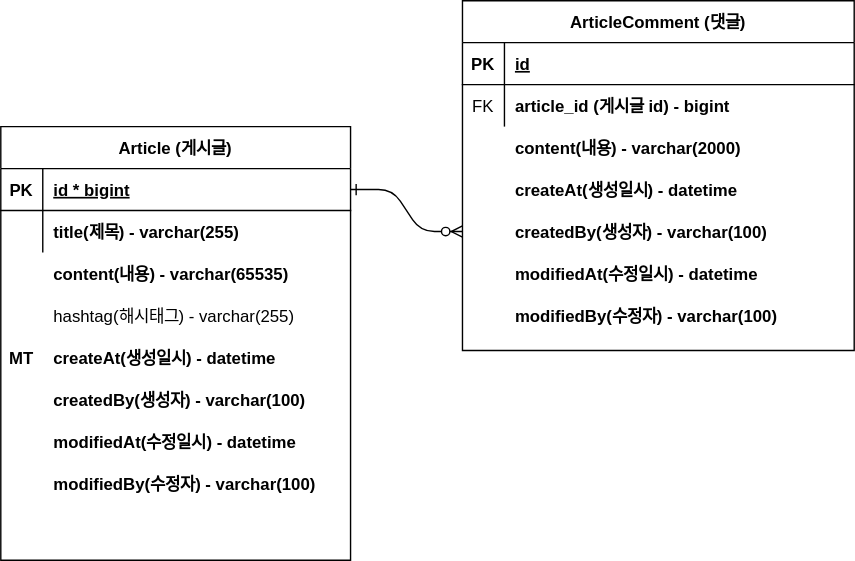
This is document/project-diamode.svg from decemberiscoming/onboard, a draw.io export, as it was before one commit. Source tidied: cells renumbered, new cells last; positions are measured from the earlier drawing's top-left corner, leaving out a move shared by most shapes.
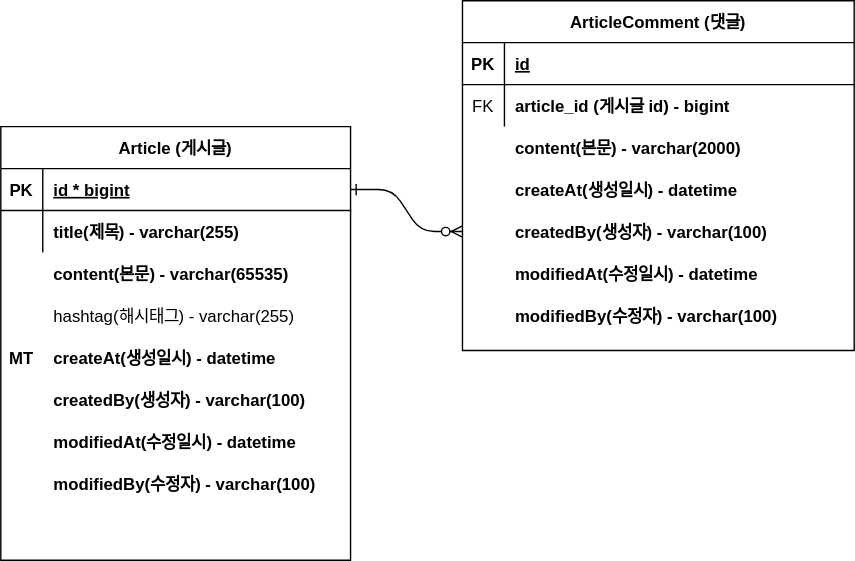
Later version of the same file.

Commit message:
#8 - ERD 주석 업데이트 - project-diamode.svg

Change to the diagram source:
```diff
@@ -34,7 +34,7 @@
     <mxCell id="11" style="shape=partialRectangle;overflow=hidden;fillColor=none;top=0;left=0;bottom=0;right=0;" parent="10" vertex="1">
       <mxGeometry width="30" height="30" as="geometry" />
     </mxCell>
-    <mxCell id="12" value="content(내용) - varchar(65535)" style="shape=partialRectangle;overflow=hidden;fillColor=none;top=0;left=0;bottom=0;right=0;align=left;spacingLeft=6;fontStyle=1;" parent="10" vertex="1">
+    <mxCell id="12" value="content(본문) - varchar(65535)" style="shape=partialRectangle;overflow=hidden;fillColor=none;top=0;left=0;bottom=0;right=0;align=left;spacingLeft=6;fontStyle=1;" parent="10" vertex="1">
       <mxGeometry x="30" width="220" height="30" as="geometry" />
     </mxCell>
     <mxCell id="13" style="shape=partialRectangle;fillColor=none;top=0;left=0;right=0;bottom=0;" parent="1" vertex="1">
@@ -112,7 +112,7 @@
     <mxCell id="37" style="shape=partialRectangle;overflow=hidden;fillColor=none;top=0;left=0;bottom=0;right=0;" parent="36" vertex="1">
       <mxGeometry width="30" height="30" as="geometry" />
     </mxCell>
-    <mxCell id="38" value="content(내용) - varchar(2000)" style="shape=partialRectangle;overflow=hidden;fillColor=none;top=0;left=0;bottom=0;right=0;align=left;spacingLeft=6;fontStyle=1;" parent="36" vertex="1">
+    <mxCell id="38" value="content(본문) - varchar(2000)" style="shape=partialRectangle;overflow=hidden;fillColor=none;top=0;left=0;bottom=0;right=0;align=left;spacingLeft=6;fontStyle=1;" parent="36" vertex="1">
       <mxGeometry x="30" width="220" height="30" as="geometry" />
     </mxCell>
     <mxCell id="39" style="shape=partialRectangle;fillColor=none;top=0;left=0;right=0;bottom=0;fontStyle=1;" parent="1" vertex="1">
```
